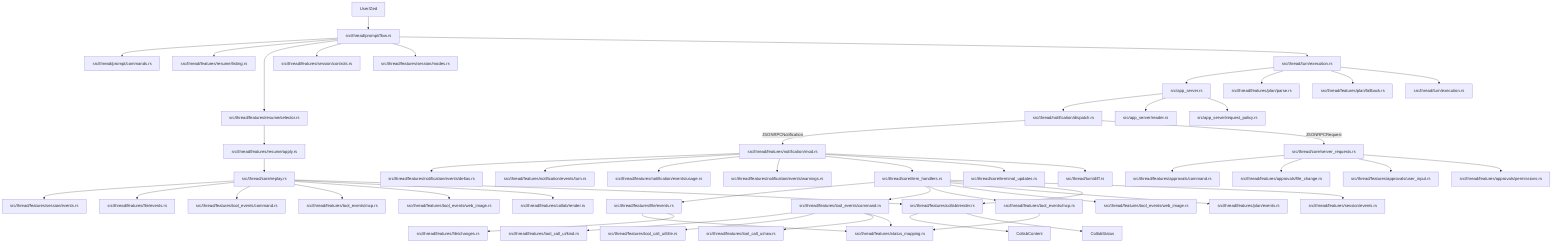
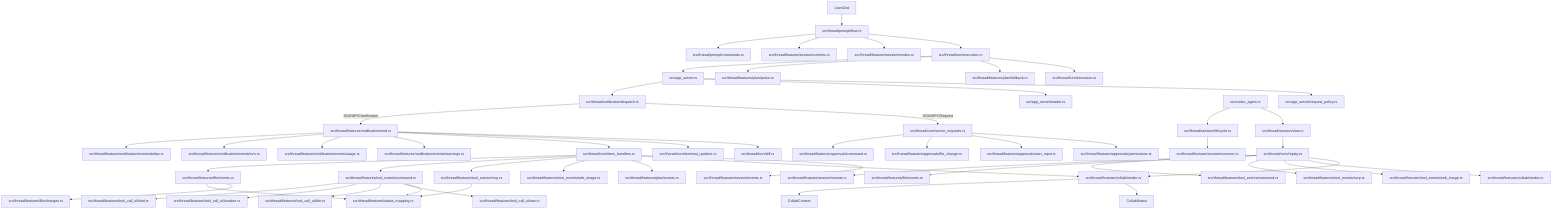
%% Generated by script/export_thread_feature_map.py
flowchart TD
    AppServer[src/app_server.rs]
    AppServerPolicy[src/app_server/request_policy.rs]
    AppServerReader[src/app_server/reader.rs]
    ApprovalsCommand[src/thread/features/approvals/command.rs]
    ApprovalsFile[src/thread/features/approvals/file_change.rs]
    ApprovalsPermissions[src/thread/features/approvals/permissions.rs]
    ApprovalsUserInput[src/thread/features/approvals/user_input.rs]
+     CodexAgent[src/codex_agent.rs]
    CollabContent[CollabContent]
    CollabRender[src/thread/features/collab/render.rs]
    CollabReplay[src/thread/features/collab/render.rs]
    CollabStatus[CollabStatus]
    CommandReplay[src/thread/features/tool_events/command.rs]
    FileChanges[src/thread/features/file/changes.rs]
    FileEvents[src/thread/features/file/events.rs]
    FileReplay[src/thread/features/file/events.rs]
    ItemHandlers[src/thread/core/item_handlers.rs]
    McpReplay[src/thread/features/tool_events/mcp.rs]
    NotificationDeltas[src/thread/features/notification/events/deltas.rs]
    NotificationDispatch[src/thread/notification/dispatch.rs]
    NotificationFeature[src/thread/features/notification/mod.rs]
    NotificationTurn[src/thread/features/notification/events/turn.rs]
    NotificationUsage[src/thread/features/notification/events/usage.rs]
    NotificationWarnings[src/thread/features/notification/events/warnings.rs]
    PlanEvents[src/thread/features/plan/events.rs]
    PlanFallback[src/thread/features/plan/fallback.rs]
    PlanParse[src/thread/features/plan/parse.rs]
    PromptCommands[src/thread/prompt/commands.rs]
    PromptFlow[src/thread/prompt/flow.rs]
    ReconnectGuard[src/thread/turn/execution.rs]
    Replay[src/thread/core/replay.rs]
-     ResumeApply[src/thread/features/resume/apply.rs]
-     ResumeListing[src/thread/features/resume/listing.rs]
-     ResumeSelector[src/thread/features/resume/selector.rs]
+     ResumeCommon[src/thread/features/resume/common.rs]
    ServerRequests[src/thread/core/server_requests.rs]
    SessionControls[src/thread/features/session/controls.rs]
    SessionEvents[src/thread/features/session/events.rs]
+     SessionLifecycle[src/thread/session/lifecycle.rs]
    SessionModes[src/thread/features/session/modes.rs]
    SessionReplay[src/thread/features/session/events.rs]
+     SessionView[src/thread/session/view.rs]
    StatusMapping[src/thread/features/status_mapping.rs]
    TerminalUpdates[src/thread/core/terminal_updates.rs]
    ToolEventsCommand[src/thread/features/tool_events/command.rs]
    ToolEventsMcp[src/thread/features/tool_events/mcp.rs]
    ToolEventsWebImage[src/thread/features/tool_events/web_image.rs]
    ToolUiKind[src/thread/features/tool_call_ui/kind.rs]
+     ToolUiLocation[src/thread/features/tool_call_ui/location.rs]
    ToolUiRaw[src/thread/features/tool_call_ui/raw.rs]
    ToolUiTitle[src/thread/features/tool_call_ui/title.rs]
    TurnDiff[src/thread/turn/diff.rs]
    TurnExecution[src/thread/turn/execution.rs]
    UserClient[User/Zed]
    WebImageReplay[src/thread/features/tool_events/web_image.rs]

    UserClient --> PromptFlow
    PromptFlow --> PromptCommands
-     PromptFlow --> ResumeListing
-     PromptFlow --> ResumeSelector
    PromptFlow --> SessionControls
    PromptFlow --> SessionModes
    PromptFlow --> TurnExecution
    TurnExecution --> AppServer
    AppServer --> NotificationDispatch
    NotificationDispatch -->|JSONRPCNotification| NotificationFeature
    NotificationDispatch -->|JSONRPCRequest| ServerRequests
    ServerRequests --> ApprovalsCommand
    ServerRequests --> ApprovalsFile
    ServerRequests --> ApprovalsUserInput
    ServerRequests --> ApprovalsPermissions
    NotificationFeature --> NotificationDeltas
    NotificationFeature --> NotificationTurn
    NotificationFeature --> NotificationUsage
    NotificationFeature --> NotificationWarnings
    NotificationFeature --> ItemHandlers
    NotificationFeature --> TerminalUpdates
    NotificationFeature --> TurnDiff
    ItemHandlers --> FileEvents
    ItemHandlers --> ToolEventsCommand
    ItemHandlers --> ToolEventsMcp
    ItemHandlers --> ToolEventsWebImage
    ItemHandlers --> PlanEvents
    ItemHandlers --> CollabRender
    ItemHandlers --> SessionEvents
    ToolEventsCommand --> ToolUiKind
+     ToolEventsCommand --> ToolUiLocation
    ToolEventsCommand --> ToolUiTitle
    ToolEventsCommand --> ToolUiRaw
    ToolEventsCommand --> StatusMapping
    ToolEventsMcp --> StatusMapping
    FileEvents --> StatusMapping
    FileEvents --> FileChanges
    TurnExecution --> PlanParse
    TurnExecution --> PlanFallback
    TurnExecution --> ReconnectGuard
    AppServer --> AppServerReader
    AppServer --> AppServerPolicy
-     ResumeSelector --> ResumeApply
-     ResumeApply --> Replay
+     CodexAgent --> SessionLifecycle
+     SessionLifecycle --> ResumeCommon
+     CodexAgent --> SessionView
+     SessionView --> Replay
    Replay --> SessionReplay
    Replay --> FileReplay
    Replay --> CommandReplay
    Replay --> McpReplay
    Replay --> WebImageReplay
    Replay --> CollabReplay
    Replay --> CollabRender
    CollabRender --> CollabContent
    CollabRender --> CollabStatus
